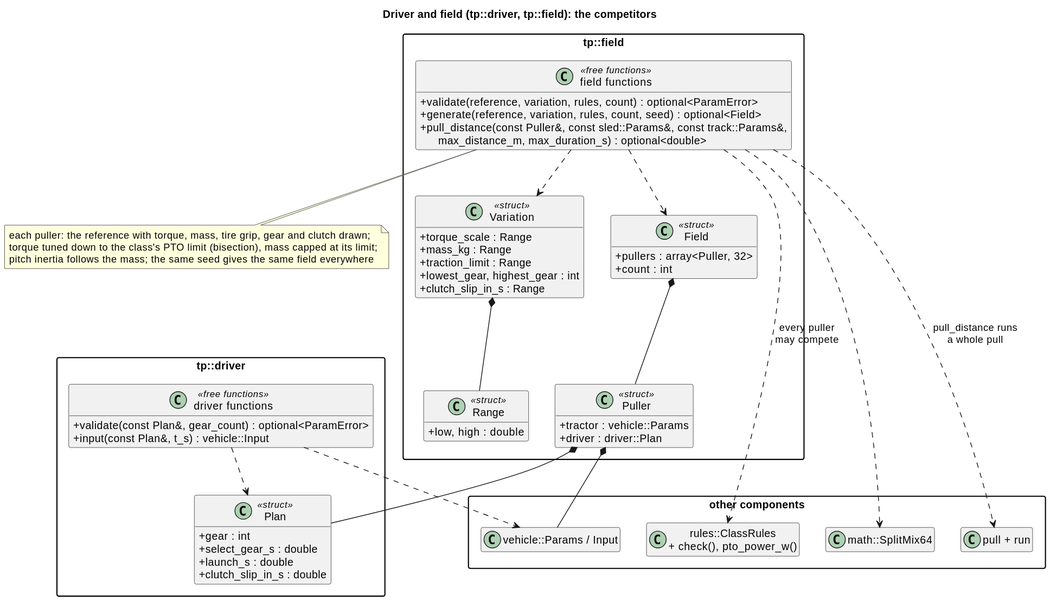
Before: docs/diagrams/svg/field_classes.svg, a diagram exported from PlantUML (wversteeg/TractorPulling).
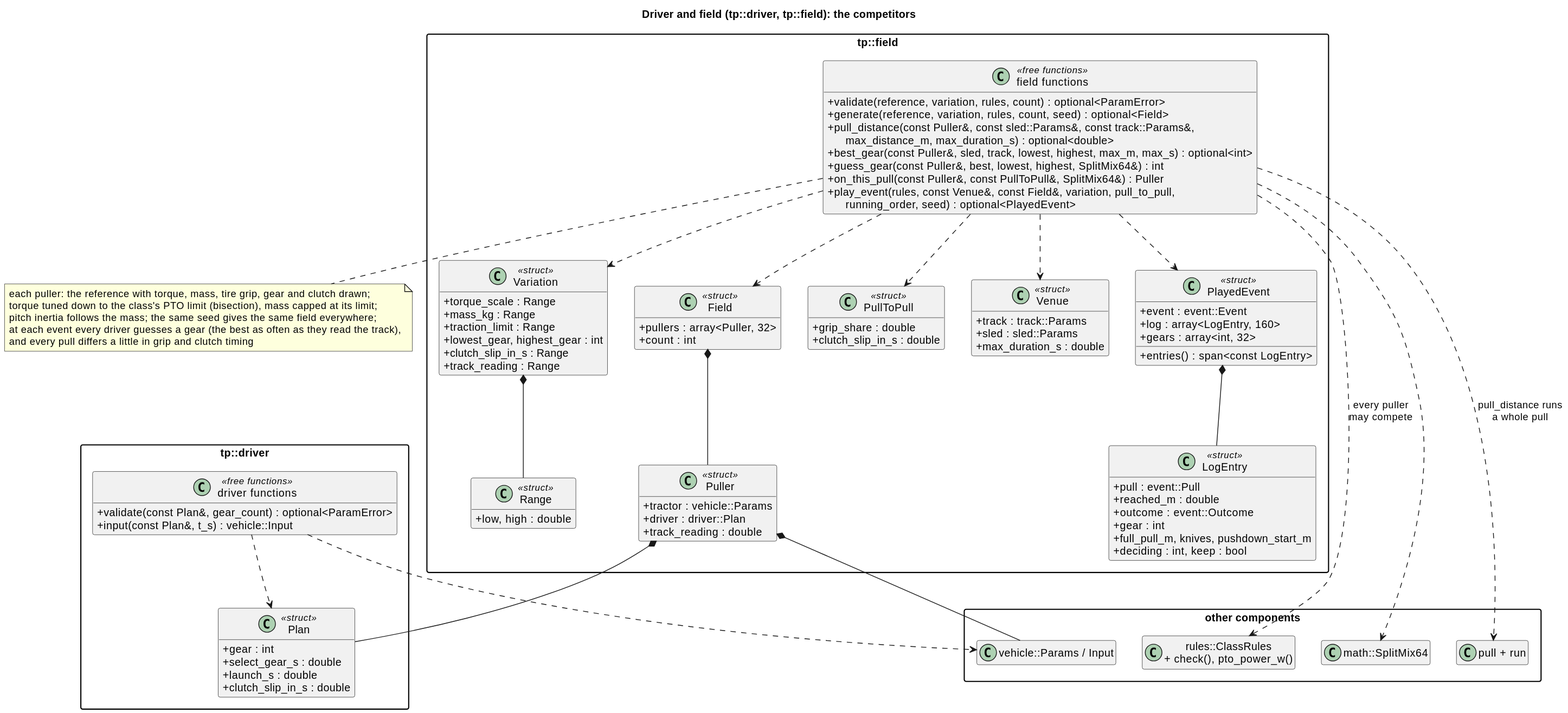
The same diagram one commit later.

What changed in the source:
```diff
@@ -29,6 +29,30 @@
   class Puller <<struct>> {
     +tractor : vehicle::Params
     +driver : driver::Plan
+    +track_reading : double
+  }
+  class PullToPull <<struct>> {
+    +grip_share : double
+    +clutch_slip_in_s : double
+  }
+  class Venue <<struct>> {
+    +track : track::Params
+    +sled : sled::Params
+    +max_duration_s : double
+  }
+  class LogEntry <<struct>> {
+    +pull : event::Pull
+    +reached_m : double
+    +outcome : event::Outcome
+    +gear : int
+    +full_pull_m, knives, pushdown_start_m
+    +deciding : int, keep : bool
+  }
+  class PlayedEvent <<struct>> {
+    +event : event::Event
+    +log : array<LogEntry, 160>
+    +gears : array<int, 32>
+    +entries() : span<const LogEntry>
   }
   class Range <<struct>> {
     +low, high : double
@@ -39,6 +63,7 @@
     +traction_limit : Range
     +lowest_gear, highest_gear : int
     +clutch_slip_in_s : Range
+    +track_reading : Range
   }
   class Field <<struct>> {
     +pullers : array<Puller, 32>
@@ -48,12 +73,20 @@
     +validate(reference, variation, rules, count) : optional<ParamError>
     +generate(reference, variation, rules, count, seed) : optional<Field>
     +pull_distance(const Puller&, const sled::Params&, const track::Params&,\n      max_distance_m, max_duration_s) : optional<double>
+    +best_gear(const Puller&, sled, track, lowest, highest, max_m, max_s) : optional<int>
+    +guess_gear(const Puller&, best, lowest, highest, SplitMix64&) : int
+    +on_this_pull(const Puller&, const PullToPull&, SplitMix64&) : Puller
+    +play_event(rules, const Venue&, const Field&, variation, pull_to_pull,\n      running_order, seed) : optional<PlayedEvent>
   }
   Puller *-- Plan
   Variation *-- Range
   Field *-- Puller
   FieldFns ..> Variation
   FieldFns ..> Field
+  FieldFns ..> PullToPull
+  FieldFns ..> Venue
+  FieldFns ..> PlayedEvent
+  PlayedEvent *-- LogEntry
 }
 Puller *-- Vehicle
 DriverFns ..> Vehicle
@@ -63,6 +96,8 @@
 note bottom of FieldFns
   each puller: the reference with torque, mass, tire grip, gear and clutch drawn;
   torque tuned down to the class's PTO limit (bisection), mass capped at its limit;
-  pitch inertia follows the mass; the same seed gives the same field everywhere
+  pitch inertia follows the mass; the same seed gives the same field everywhere;
+  at each event every driver guesses a gear (the best as often as they read the track),
+  and every pull differs a little in grip and clutch timing
 end note
 @enduml
```
